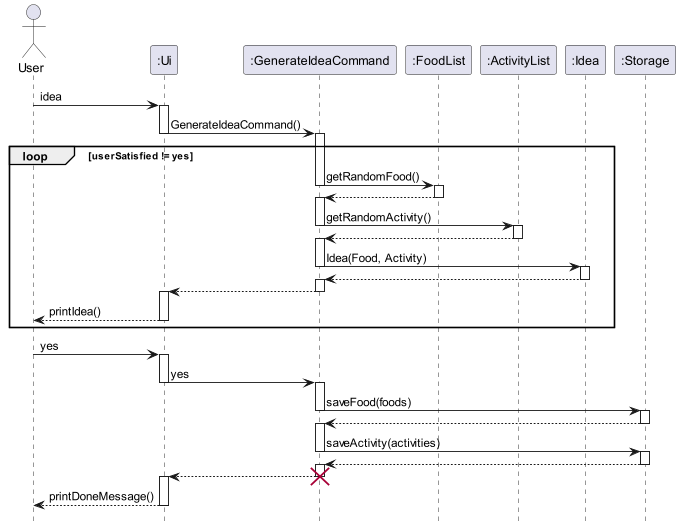
The PlantUML diagram docs/images/GenerateIdeaCommandSequenceDiagram.png in RyanTDL/tp, before a commit.
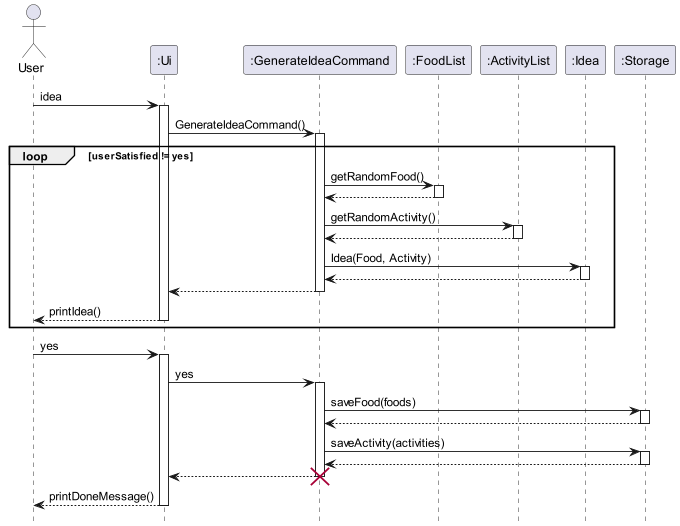
The same diagram one commit later.

Commit message:
Fix errors in activation bars

What changed in the source:
```diff
@@ -12,34 +12,25 @@
 User -> Ui: idea
 activate Ui
 Ui -> GenerateIdeaCommand: GenerateIdeaCommand()
-deactivate Ui
 activate GenerateIdeaCommand
 
 loop userSatisfied != yes
     GenerateIdeaCommand -> FoodList: getRandomFood()
-    deactivate GenerateIdeaCommand
     activate FoodList
     FoodList --> GenerateIdeaCommand
     deactivate FoodList
-    activate GenerateIdeaCommand
-
 
     GenerateIdeaCommand -> ActivityList: getRandomActivity()
-    deactivate GenerateIdeaCommand
     activate ActivityList
     ActivityList --> GenerateIdeaCommand
     deactivate ActivityList
-    activate GenerateIdeaCommand
 
     GenerateIdeaCommand -> Idea: Idea(Food, Activity)
-    deactivate GenerateIdeaCommand
     activate Idea
     Idea --> GenerateIdeaCommand:
     deactivate Idea
-    activate GenerateIdeaCommand
     GenerateIdeaCommand --> Ui:
     deactivate GenerateIdeaCommand
-    activate Ui
     Ui --> User: printIdea()
     deactivate Ui
 end
@@ -47,24 +38,18 @@
 User -> Ui: yes
 activate Ui
 Ui -> GenerateIdeaCommand: yes
-deactivate Ui
 activate GenerateIdeaCommand
 GenerateIdeaCommand -> Storage: saveFood(foods)
-deactivate GenerateIdeaCommand
 activate Storage
 Storage --> GenerateIdeaCommand
 deactivate Storage
-activate GenerateIdeaCommand
 GenerateIdeaCommand -> Storage: saveActivity(activities)
-deactivate GenerateIdeaCommand
 activate Storage
 Storage --> GenerateIdeaCommand
 deactivate Storage
-activate GenerateIdeaCommand
 GenerateIdeaCommand --> Ui:
 deactivate GenerateIdeaCommand
 destroy GenerateIdeaCommand
-activate Ui
 Ui --> User: printDoneMessage()
 deactivate Ui
 
```
